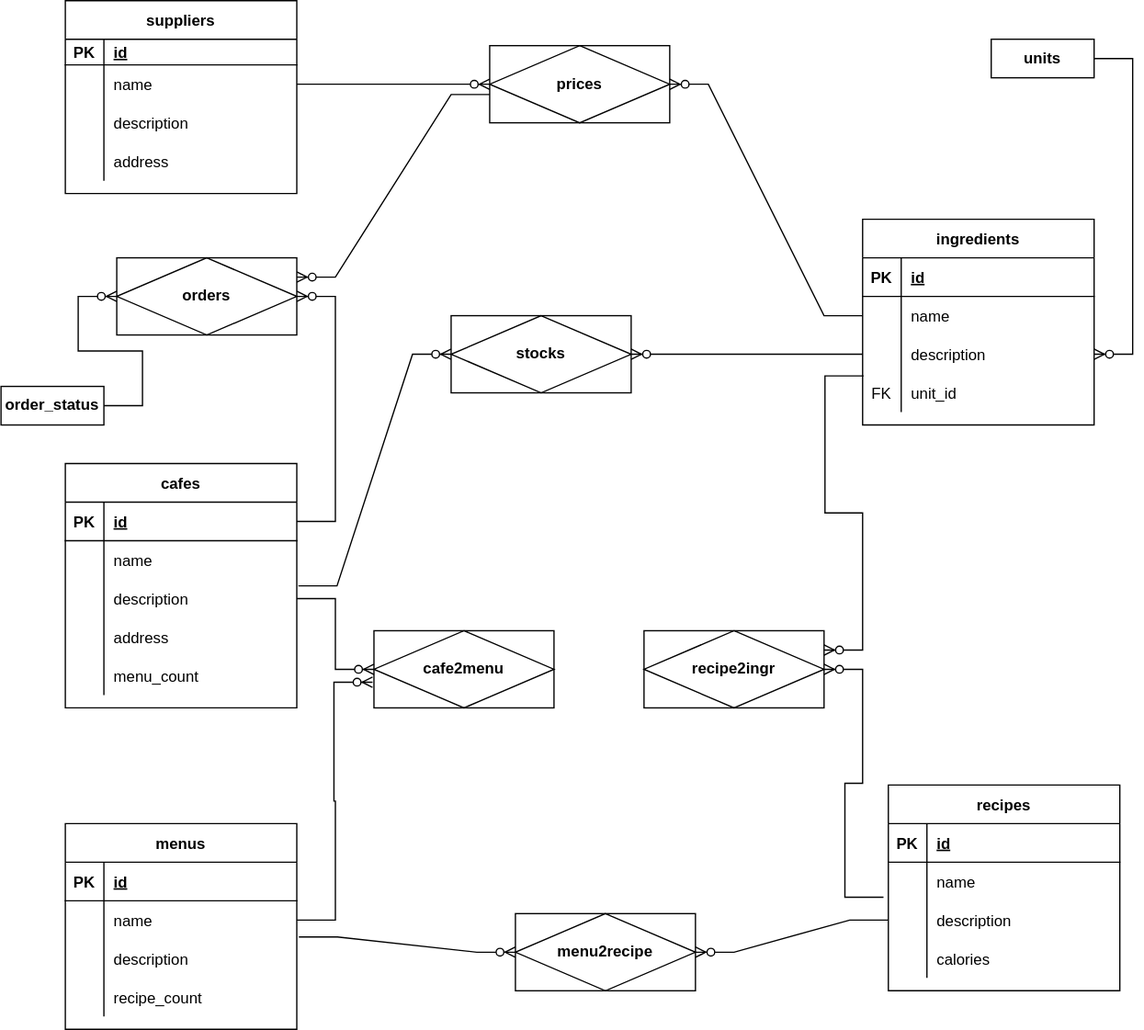
Earlier version of the draw.io export doc/fig/infological.svg (zubrailx/university-itmo). Source tidied: cells renumbered, new cells last; positions are measured from the earlier drawing's top-left corner, leaving out a move shared by most shapes.
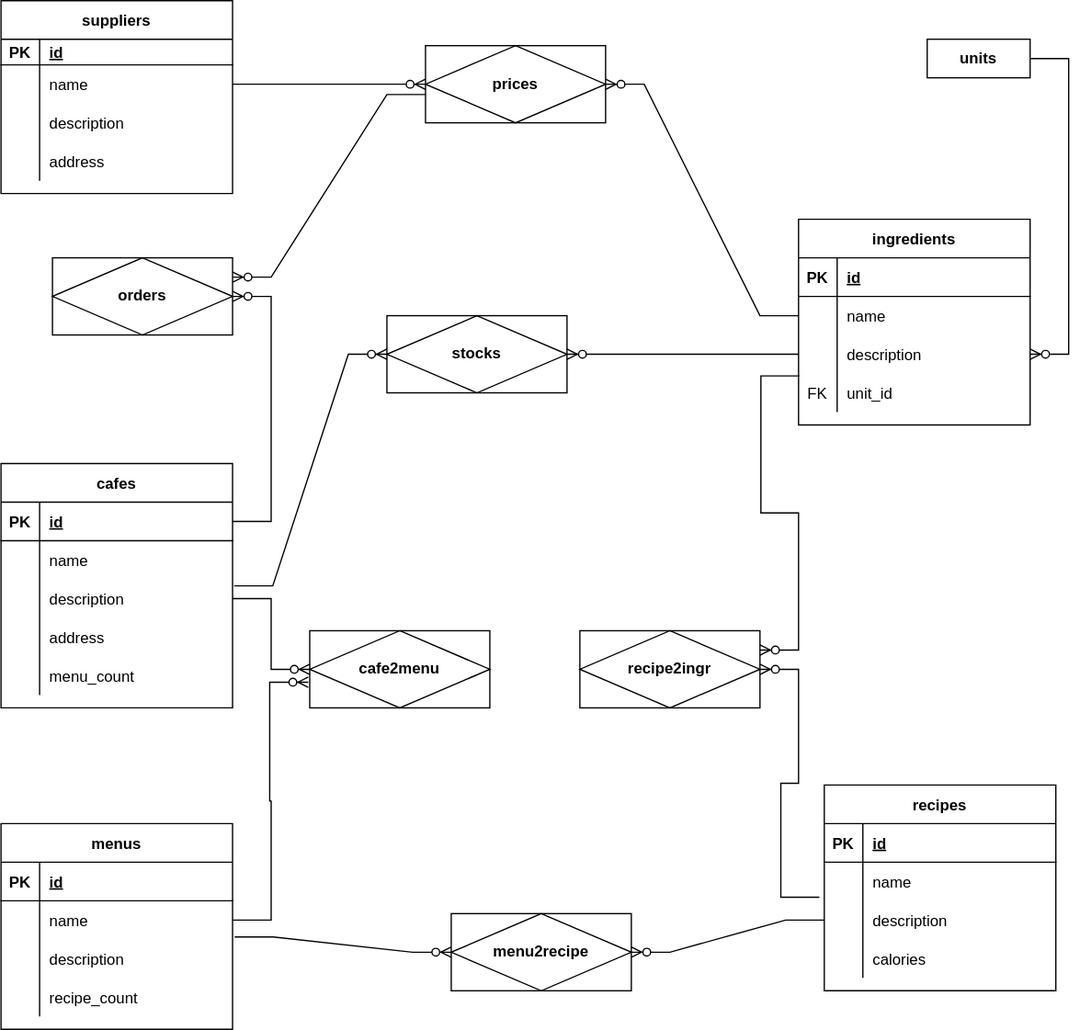
After the commit.

Diff of the diagram source:
```diff
@@ -257,18 +257,12 @@
     <mxCell id="86" style="edgeStyle=entityRelationEdgeStyle;fontSize=12;html=1;endArrow=ERzeroToMany;endFill=1;rounded=0;entryX=1;entryY=0.5;entryDx=0;entryDy=0;exitX=1;exitY=0.5;exitDx=0;exitDy=0;" parent="1" edge="1" source="84" target="22">
       <mxGeometry relative="1" as="geometry" />
     </mxCell>
-    <mxCell id="87" value="&lt;b&gt;order_status&lt;/b&gt;" style="whiteSpace=wrap;html=1;align=center;" parent="1" vertex="1">
-      <mxGeometry y="300" width="80" height="30" as="geometry" />
-    </mxCell>
     <mxCell id="88" style="edgeStyle=entityRelationEdgeStyle;fontSize=12;html=1;endArrow=ERzeroToMany;endFill=1;rounded=0;exitX=1;exitY=0.5;exitDx=0;exitDy=0;entryX=1;entryY=0.5;entryDx=0;entryDy=0;" parent="1" edge="1" source="59" target="91">
       <mxGeometry relative="1" as="geometry" />
     </mxCell>
     <mxCell id="89" style="edgeStyle=entityRelationEdgeStyle;fontSize=12;html=1;endArrow=ERzeroToMany;endFill=1;rounded=0;exitX=0;exitY=0.633;exitDx=0;exitDy=0;entryX=1;entryY=0.25;entryDx=0;entryDy=0;exitPerimeter=0;" parent="1" edge="1" source="28" target="91">
       <mxGeometry relative="1" as="geometry" />
     </mxCell>
-    <mxCell id="90" style="edgeStyle=entityRelationEdgeStyle;fontSize=12;html=1;endArrow=ERzeroToMany;endFill=1;rounded=0;entryX=0;entryY=0.5;entryDx=0;entryDy=0;exitX=1;exitY=0.5;exitDx=0;exitDy=0;" parent="1" edge="1" source="87" target="91">
-      <mxGeometry relative="1" as="geometry" />
-    </mxCell>
     <mxCell id="91" value="&lt;b&gt;orders&lt;/b&gt;" style="shape=associativeEntity;whiteSpace=wrap;html=1;align=center;" parent="1" vertex="1">
       <mxGeometry x="90" y="200" width="140" height="60" as="geometry" />
     </mxCell>
```
